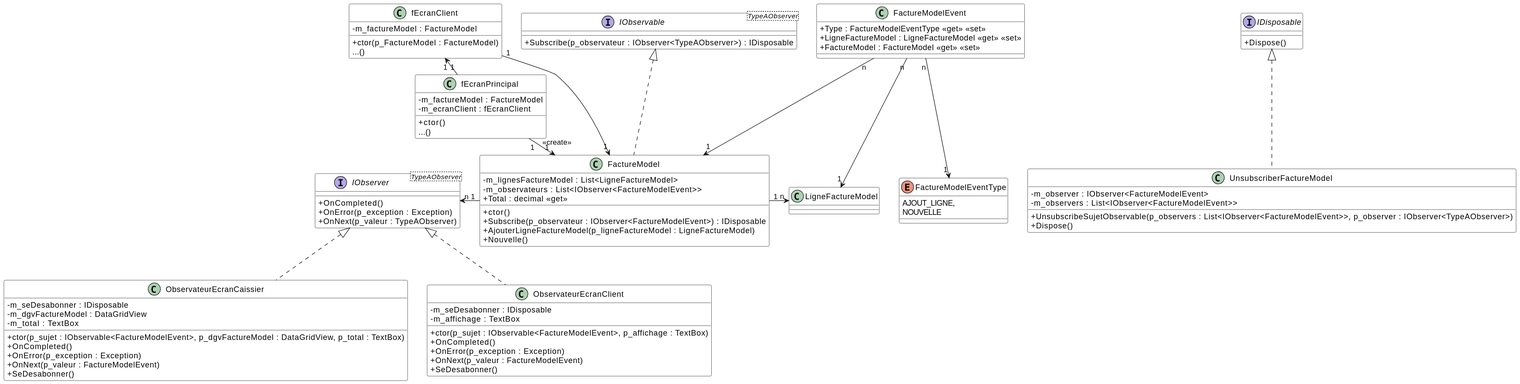
Above: images/Module10_Patrons_Conception02/diag/DiagFacture/DiagAppFactureNonGen.svg in PiFou86/420-W30-SF (PlantUML), before the change.
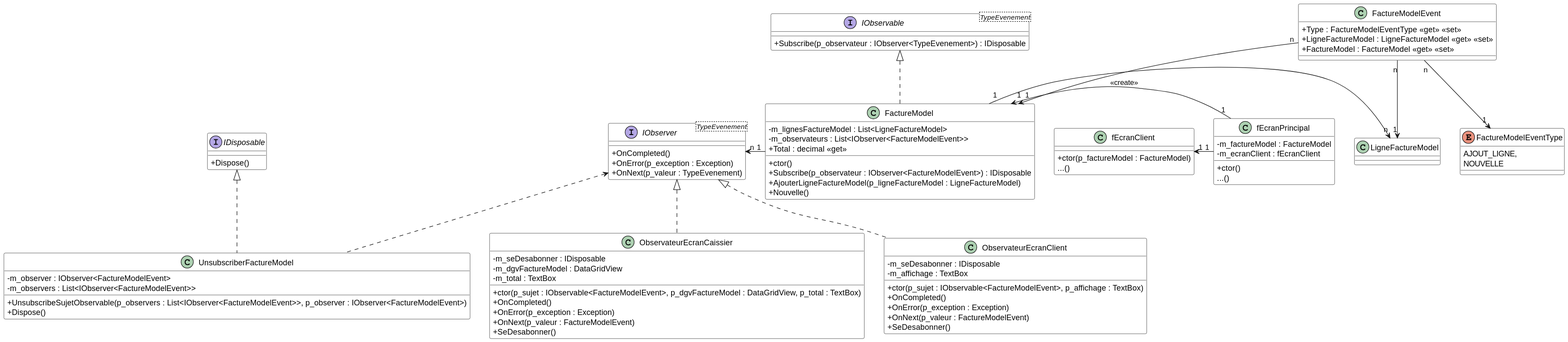
The same file after the commit.

Change to the diagram source:
```diff
@@ -1,5 +1,4 @@
-@startuml DiagAppFactureNonGen
-
+@startuml
 skinparam classAttributeIconSize 0
 skinparam class {
     BackgroundColor White
@@ -10,14 +9,14 @@
     + Dispose()
 }
 
-interface IObservable<TypeAObserver> {
-    + Subscribe(p_observateur : IObserver<TypeAObserver>) : IDisposable
+interface IObservable<TypeEvenement> {
+    + Subscribe(p_observateur : IObserver<TypeEvenement>) : IDisposable
 }
 
-interface IObserver<TypeAObserver> {
+interface IObserver<TypeEvenement> {
     + OnCompleted()
     + OnError(p_exception : Exception)
-    + OnNext(p_valeur : TypeAObserver)
+    + OnNext(p_valeur : TypeEvenement)
 }
 
 class FactureModel {
@@ -38,8 +37,7 @@
 }
 
 class fEcranClient {
-    - m_factureModel : FactureModel
-    + ctor(p_FactureModel : FactureModel)
+    + ctor(p_factureModel : FactureModel)
     ...()
 }
 
@@ -67,7 +65,7 @@
 class UnsubscriberFactureModel {
     - m_observer : IObserver<FactureModelEvent>
     - m_observers : List<IObserver<FactureModelEvent>>
-    + UnsubscribeSujetObservable(p_observers : List<IObserver<FactureModelEvent>>, p_observer : IObserver<TypeAObserver>)
+    + UnsubscribeSujetObservable(p_observers : List<IObserver<FactureModelEvent>>, p_observer : IObserver<FactureModelEvent>)
     + Dispose()
 }
 
@@ -93,11 +91,10 @@
 FactureModel "1" -left-> "n" IObserver
 FactureModel "1" -right-> "n" LigneFactureModel
 
-fEcranClient "1" --> "1" FactureModel
-
 IObserver <|.. ObservateurEcranCaissier
 IObserver <|.. ObservateurEcranClient
 IDisposable <|.. UnsubscriberFactureModel
+IObserver <.. UnsubscriberFactureModel
 IObservable <|.. FactureModel
 
 @enduml
```
